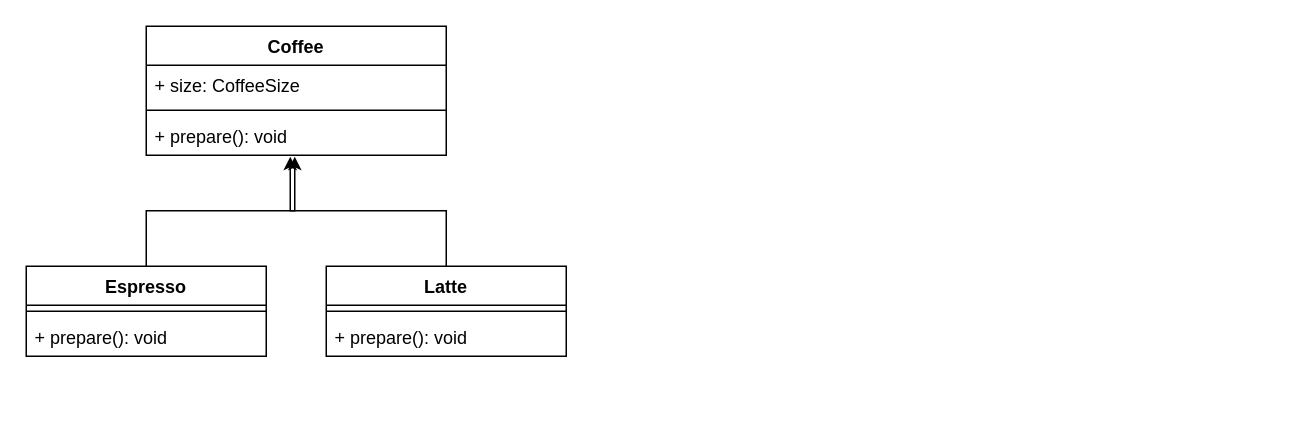
The draw.io diagram src/main/java/structural/bridge/bridge.drawio in ErwanLT/designPattern, before the edit. Source tidied: cells renumbered, new cells numbered last; positions are measured from the earlier drawing's top-left corner, leaving out a move shared by most shapes. Both pictures are drawn from the tidied source at 150%, with x=0, y=0 at pixel (26, 26).
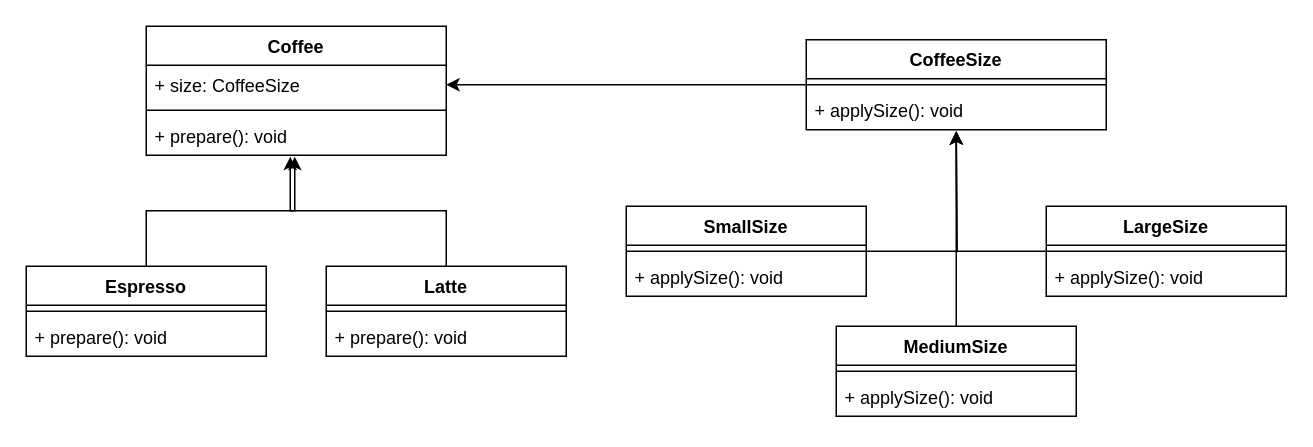
Above is the later version.

Commit message (it also covers changes not shown here):
Mettre à jour bridge.drawio

The change refers to these unchanged cells:
```xml
<mxCell id="3" value="+ size: CoffeeSize" style="text;strokeColor=none;fillColor=none;align=left;verticalAlign=top;spacingLeft=4;spacingRight=4;overflow=hidden;points=[[0,0.5],[1,0.5]];portConstraint=eastwest;whiteSpace=wrap;html=1;" parent="2" vertex="1">
  <mxGeometry y="26" width="200" height="26" as="geometry" />
</mxCell>
```

Change to the diagram source:
```diff
@@
+    <mxCell id="14" style="edgeStyle=orthogonalEdgeStyle;rounded=0;jettySize=auto;html=1;" parent="1" edge="1" source="15" target="3">
+      <mxGeometry relative="1" as="geometry" />
+    </mxCell>
+    <mxCell id="15" value="CoffeeSize" style="swimlane;fontStyle=1;align=center;verticalAlign=top;horizontal=1;startSize=26;whiteSpace=wrap;html=1;" parent="1" vertex="1">
+      <mxGeometry x="520" y="9" width="200" height="60" as="geometry" />
+    </mxCell>
+    <mxCell id="16" style="line;strokeWidth=1;fillColor=none;align=left;verticalAlign=middle;spacingTop=-1;spacingLeft=3;spacingRight=3;labelPosition=right;strokeColor=inherit;" parent="15" vertex="1">
+      <mxGeometry y="26" width="200" height="8" as="geometry" />
+    </mxCell>
+    <mxCell id="17" value="+ applySize(): void" style="text;strokeColor=none;fillColor=none;align=left;verticalAlign=top;spacingLeft=4;spacingRight=4;overflow=hidden;points=[[0,0.5],[1,0.5]];portConstraint=eastwest;whiteSpace=wrap;html=1;" parent="15" vertex="1">
+      <mxGeometry y="34" width="200" height="26" as="geometry" />
+    </mxCell>
+    <mxCell id="18" style="edgeStyle=orthogonalEdgeStyle;rounded=0;jettySize=auto;html=1;" parent="1" edge="1" source="19">
+      <mxGeometry relative="1" as="geometry">
+        <mxPoint x="620" y="70" as="targetPoint" />
+      </mxGeometry>
+    </mxCell>
+    <mxCell id="19" value="LargeSize" style="swimlane;fontStyle=1;align=center;verticalAlign=top;horizontal=1;startSize=26;whiteSpace=wrap;html=1;" parent="1" vertex="1">
+      <mxGeometry x="680" y="120" width="160" height="60" as="geometry" />
+    </mxCell>
+    <mxCell id="20" style="line;strokeWidth=1;fillColor=none;align=left;verticalAlign=middle;spacingTop=-1;spacingLeft=3;spacingRight=3;labelPosition=right;strokeColor=inherit;" parent="19" vertex="1">
+      <mxGeometry y="26" width="160" height="8" as="geometry" />
+    </mxCell>
+    <mxCell id="21" value="+ applySize(): void" style="text;strokeColor=none;fillColor=none;align=left;verticalAlign=top;spacingLeft=4;spacingRight=4;overflow=hidden;whiteSpace=wrap;html=1;" parent="19" vertex="1">
+      <mxGeometry y="34" width="160" height="26" as="geometry" />
+    </mxCell>
+    <mxCell id="22" value="MediumSize" style="swimlane;fontStyle=1;align=center;verticalAlign=top;horizontal=1;startSize=26;whiteSpace=wrap;html=1;" parent="1" vertex="1">
+      <mxGeometry x="540" y="200" width="160" height="60" as="geometry" />
+    </mxCell>
+    <mxCell id="23" style="line;strokeWidth=1;fillColor=none;align=left;verticalAlign=middle;spacingTop=-1;spacingLeft=3;spacingRight=3;labelPosition=right;strokeColor=inherit;" parent="22" vertex="1">
+      <mxGeometry y="26" width="160" height="8" as="geometry" />
+    </mxCell>
+    <mxCell id="24" value="+ applySize(): void" style="text;strokeColor=none;fillColor=none;align=left;verticalAlign=top;spacingLeft=4;spacingRight=4;overflow=hidden;whiteSpace=wrap;html=1;" parent="22" vertex="1">
+      <mxGeometry y="34" width="160" height="26" as="geometry" />
+    </mxCell>
+    <mxCell id="25" style="edgeStyle=orthogonalEdgeStyle;rounded=0;jettySize=auto;html=1;" parent="1" edge="1" source="26">
+      <mxGeometry relative="1" as="geometry">
+        <mxPoint x="620" y="70" as="targetPoint" />
+      </mxGeometry>
+    </mxCell>
+    <mxCell id="26" value="SmallSize" style="swimlane;fontStyle=1;align=center;verticalAlign=top;horizontal=1;startSize=26;whiteSpace=wrap;html=1;" parent="1" vertex="1">
+      <mxGeometry x="400" y="120" width="160" height="60" as="geometry" />
+    </mxCell>
+    <mxCell id="27" style="line;strokeWidth=1;fillColor=none;align=left;verticalAlign=middle;spacingTop=-1;spacingLeft=3;spacingRight=3;labelPosition=right;strokeColor=inherit;" parent="26" vertex="1">
+      <mxGeometry y="26" width="160" height="8" as="geometry" />
+    </mxCell>
+    <mxCell id="28" value="+ applySize(): void" style="text;strokeColor=none;fillColor=none;align=left;verticalAlign=top;spacingLeft=4;spacingRight=4;overflow=hidden;whiteSpace=wrap;html=1;" parent="26" vertex="1">
+      <mxGeometry y="34" width="160" height="26" as="geometry" />
+    </mxCell>
+    <mxCell id="29" style="edgeStyle=orthogonalEdgeStyle;rounded=0;jettySize=auto;html=1;entryX=0.5;entryY=1.038;entryDx=0;entryDy=0;entryPerimeter=0;" parent="1" edge="1" source="22" target="17">
+      <mxGeometry relative="1" as="geometry" />
+    </mxCell>
```
